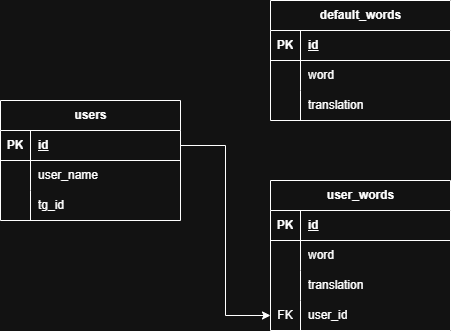
This is database/scheme.png from pocamest/english_cards_bot, a draw.io export, as it was before one commit. Source tidied: cells renumbered, new cells last; positions are measured from the earlier drawing's top-left corner, leaving out a move shared by most shapes.
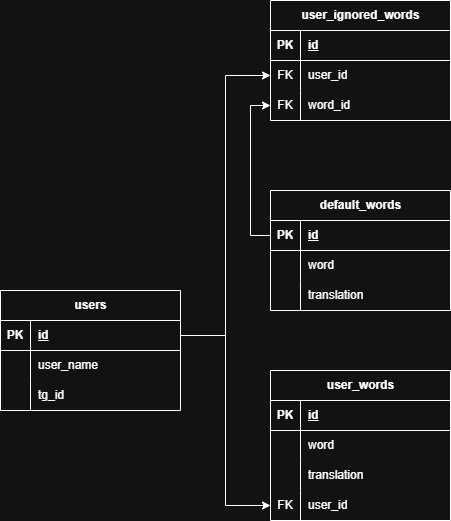
Above is the later version.

The edit, as a diff of the source:
```diff
@@ -104,5 +104,41 @@
     <mxCell id="35" style="edgeStyle=orthogonalEdgeStyle;rounded=0;jettySize=auto;html=1;exitX=1;exitY=0.5;exitDx=0;exitDy=0;entryX=0;entryY=0.5;entryDx=0;entryDy=0;" parent="1" edge="1" source="3" target="32">
       <mxGeometry relative="1" as="geometry" />
     </mxCell>
+    <mxCell id="36" value="user_ignored_words" style="shape=table;startSize=30;rowLines=0;fontStyle=1;align=center;html=1;" parent="1" vertex="1">
+      <mxGeometry x="270" y="-190" width="180" height="120" as="geometry" />
+    </mxCell>
+    <mxCell id="37" style="shape=tableRow;horizontal=0;startSize=0;swimlaneHead=0;swimlaneBody=0;fillColor=none;top=0;left=0;right=0;bottom=1;" parent="36" vertex="1">
+      <mxGeometry y="30" width="180" height="30" as="geometry" />
+    </mxCell>
+    <mxCell id="38" value="PK" style="shape=partialRectangle;fillColor=none;top=0;left=0;bottom=0;right=0;fontStyle=1;overflow=hidden;whiteSpace=wrap;html=1;" parent="37" vertex="1">
+      <mxGeometry width="30" height="30" as="geometry" />
+    </mxCell>
+    <mxCell id="39" value="id" style="shape=partialRectangle;fillColor=none;top=0;left=0;bottom=0;right=0;align=left;spacingLeft=6;fontStyle=5;overflow=hidden;whiteSpace=wrap;html=1;" parent="37" vertex="1">
+      <mxGeometry x="30" width="150" height="30" as="geometry" />
+    </mxCell>
+    <mxCell id="40" style="shape=tableRow;horizontal=0;startSize=0;swimlaneHead=0;swimlaneBody=0;fillColor=none;points=[[0,0.5],[1,0.5]];portConstraint=eastwest;top=0;left=0;right=0;bottom=0;" parent="36" vertex="1">
+      <mxGeometry y="60" width="180" height="30" as="geometry" />
+    </mxCell>
+    <mxCell id="41" value="FK" style="shape=partialRectangle;fillColor=none;top=0;left=0;bottom=0;right=0;overflow=hidden;whiteSpace=wrap;html=1;" parent="40" vertex="1">
+      <mxGeometry width="30" height="30" as="geometry" />
+    </mxCell>
+    <mxCell id="42" value="user_id" style="shape=partialRectangle;fillColor=none;top=0;left=0;bottom=0;right=0;align=left;spacingLeft=6;overflow=hidden;whiteSpace=wrap;html=1;" parent="40" vertex="1">
+      <mxGeometry x="30" width="150" height="30" as="geometry" />
+    </mxCell>
+    <mxCell id="43" style="shape=tableRow;horizontal=0;startSize=0;swimlaneHead=0;swimlaneBody=0;fillColor=none;points=[[0,0.5],[1,0.5]];portConstraint=eastwest;top=0;left=0;right=0;bottom=0;" parent="36" vertex="1">
+      <mxGeometry y="90" width="180" height="30" as="geometry" />
+    </mxCell>
+    <mxCell id="44" value="FK" style="shape=partialRectangle;fillColor=none;top=0;left=0;bottom=0;right=0;overflow=hidden;whiteSpace=wrap;html=1;" parent="43" vertex="1">
+      <mxGeometry width="30" height="30" as="geometry" />
+    </mxCell>
+    <mxCell id="45" value="word_id" style="shape=partialRectangle;fillColor=none;top=0;left=0;bottom=0;right=0;align=left;spacingLeft=6;overflow=hidden;whiteSpace=wrap;html=1;" parent="43" vertex="1">
+      <mxGeometry x="30" width="150" height="30" as="geometry" />
+    </mxCell>
+    <mxCell id="46" style="edgeStyle=orthogonalEdgeStyle;rounded=0;jettySize=auto;html=1;entryX=0;entryY=0.5;entryDx=0;entryDy=0;" parent="1" edge="1" source="3" target="40">
+      <mxGeometry relative="1" as="geometry" />
+    </mxCell>
+    <mxCell id="47" style="edgeStyle=orthogonalEdgeStyle;rounded=0;jettySize=auto;html=1;entryX=0;entryY=0.5;entryDx=0;entryDy=0;" parent="1" edge="1" source="13" target="43">
+      <mxGeometry relative="1" as="geometry" />
+    </mxCell>
   </root>
 </mxGraphModel>
```
